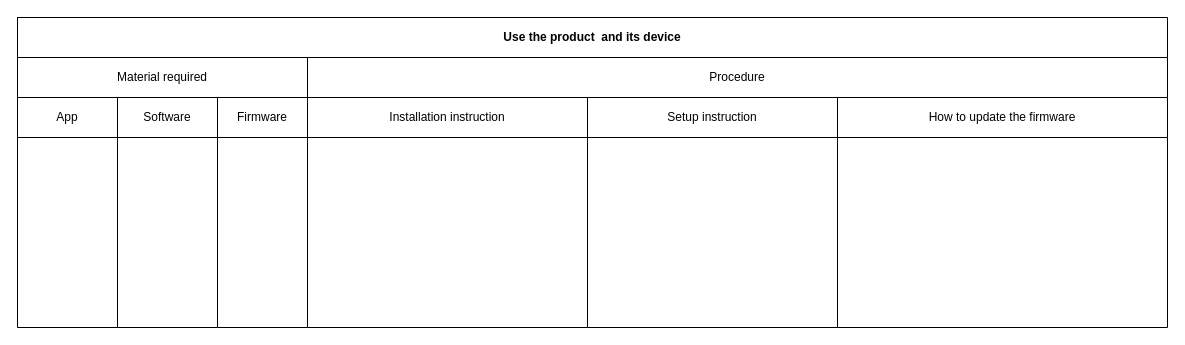
amerezoji1362/drawio-github keeps this draw.io diagram as Description of the device of the product.drawio. Above is the earlier version. Source tidied: cells renumbered, new cells numbered last; positions are measured from the earlier drawing's top-left corner, leaving out a move shared by most shapes. Both pictures are drawn from the tidied source at 100%, with x=0, y=0 at pixel (17, 17).
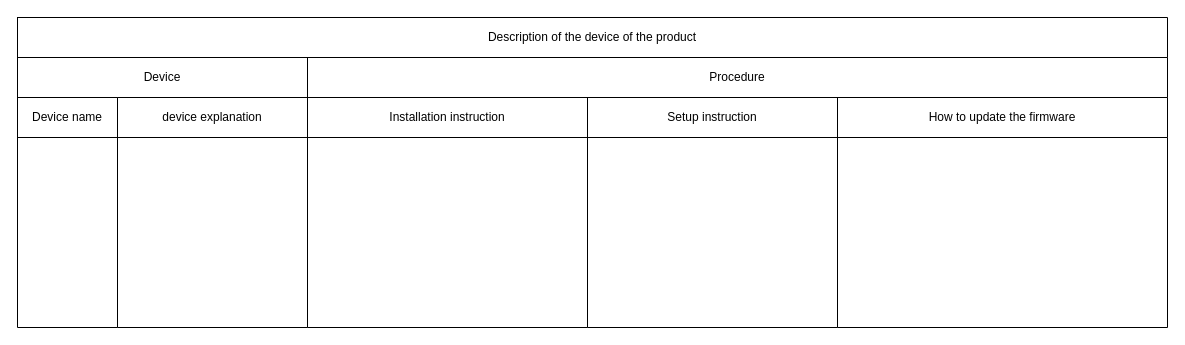
Above is the later version.

The change refers to these unchanged cells:
```xml
<mxCell id="3" style="shape=partialRectangle;fillColor=none;top=0;left=0;bottom=0;right=0;" parent="2" vertex="1">
  <mxGeometry width="1150" height="40" as="geometry" />
</mxCell>
<mxCell id="6" style="shape=partialRectangle;fillColor=none;top=0;left=0;bottom=0;right=0;" parent="5" vertex="1">
  <mxGeometry width="290" height="40" as="geometry" />
</mxCell>
<mxCell id="15" style="shape=partialRectangle;fillColor=none;top=0;left=0;bottom=0;right=0;" parent="14" vertex="1">
  <mxGeometry width="100" height="40" as="geometry" />
</mxCell>
```

Change to the diagram source:
```diff
@@
-    <mxCell id="4" value="&lt;b&gt;Use the product&amp;nbsp; and its device&lt;/b&gt;" style="shape=partialRectangle;html=1;whiteSpace=wrap;overflow=hidden;fillColor=none;top=0;left=0;bottom=0;right=0;" parent="3" vertex="1">
+    <mxCell id="4" value="Description of the device of the product" style="shape=partialRectangle;html=1;whiteSpace=wrap;overflow=hidden;fillColor=none;top=0;left=0;bottom=0;right=0;" parent="3" vertex="1">
       <mxGeometry width="1150" height="40" as="geometry" />
     </mxCell>
@@
-    <mxCell id="7" value="Material required" style="shape=partialRectangle;html=1;whiteSpace=wrap;overflow=hidden;fillColor=none;top=0;left=0;bottom=0;right=0;" parent="6" vertex="1">
+    <mxCell id="7" value="Device" style="shape=partialRectangle;html=1;whiteSpace=wrap;overflow=hidden;fillColor=none;top=0;left=0;bottom=0;right=0;" parent="6" vertex="1">
       <mxGeometry width="290" height="40" as="geometry" />
     </mxCell>
-    <mxCell id="8" style="shape=table;startSize=0;childLayout=tableLayout;" parent="1" vertex="1">
-      <mxGeometry x="200" y="80" width="90" height="40" as="geometry" />
-    </mxCell>
-    <mxCell id="9" style="shape=partialRectangle;fillColor=none;top=0;left=0;bottom=0;right=0;" parent="8" vertex="1">
-      <mxGeometry width="90" height="40" as="geometry" />
-    </mxCell>
-    <mxCell id="10" value="Firmware" style="shape=partialRectangle;html=1;whiteSpace=wrap;overflow=hidden;fillColor=none;top=0;left=0;bottom=0;right=0;" parent="9" vertex="1">
-      <mxGeometry width="90" height="40" as="geometry" />
-    </mxCell>
     <mxCell id="11" style="shape=table;startSize=0;childLayout=tableLayout;" parent="1" vertex="1">
-      <mxGeometry x="100" y="80" width="100" height="40" as="geometry" />
+      <mxGeometry x="100" y="80" width="190" height="40" as="geometry" />
     </mxCell>
     <mxCell id="12" style="shape=partialRectangle;fillColor=none;top=0;left=0;bottom=0;right=0;" parent="11" vertex="1">
-      <mxGeometry width="100" height="40" as="geometry" />
+      <mxGeometry width="190" height="40" as="geometry" />
     </mxCell>
-    <mxCell id="13" value="Software" style="shape=partialRectangle;html=1;whiteSpace=wrap;overflow=hidden;fillColor=none;top=0;left=0;bottom=0;right=0;" parent="12" vertex="1">
-      <mxGeometry width="100" height="40" as="geometry" />
+    <mxCell id="13" value="device explanation" style="shape=partialRectangle;html=1;whiteSpace=wrap;overflow=hidden;fillColor=none;top=0;left=0;bottom=0;right=0;" parent="12" vertex="1">
+      <mxGeometry width="190" height="40" as="geometry" />
     </mxCell>
@@
-    <mxCell id="16" value="App" style="shape=partialRectangle;html=1;whiteSpace=wrap;overflow=hidden;fillColor=none;top=0;left=0;bottom=0;right=0;" parent="15" vertex="1">
+    <mxCell id="16" value="Device name " style="shape=partialRectangle;html=1;whiteSpace=wrap;overflow=hidden;fillColor=none;top=0;left=0;bottom=0;right=0;" parent="15" vertex="1">
       <mxGeometry width="100" height="40" as="geometry" />
     </mxCell>
@@
     <mxCell id="32" style="shape=table;startSize=0;childLayout=tableLayout;" parent="1" vertex="1">
-      <mxGeometry x="100" y="120" width="100" height="190" as="geometry" />
+      <mxGeometry x="100" y="120" width="190" height="190" as="geometry" />
     </mxCell>
     <mxCell id="33" style="shape=partialRectangle;fillColor=none;top=0;left=0;bottom=0;right=0;" parent="32" vertex="1">
-      <mxGeometry width="100" height="190" as="geometry" />
+      <mxGeometry width="190" height="190" as="geometry" />
     </mxCell>
     <mxCell id="34" style="shape=partialRectangle;html=1;whiteSpace=wrap;overflow=hidden;fillColor=none;top=0;left=0;bottom=0;right=0;" parent="33" vertex="1">
-      <mxGeometry width="100" height="190" as="geometry" />
+      <mxGeometry width="190" height="190" as="geometry" />
     </mxCell>
-    <mxCell id="35" style="shape=table;startSize=0;childLayout=tableLayout;" parent="1" vertex="1">
-      <mxGeometry x="200" y="120" width="90" height="190" as="geometry" />
-    </mxCell>
-    <mxCell id="36" style="shape=partialRectangle;fillColor=none;top=0;left=0;bottom=0;right=0;" parent="35" vertex="1">
-      <mxGeometry width="90" height="190" as="geometry" />
-    </mxCell>
-    <mxCell id="37" style="shape=partialRectangle;html=1;whiteSpace=wrap;overflow=hidden;fillColor=none;top=0;left=0;bottom=0;right=0;" parent="36" vertex="1">
-      <mxGeometry width="90" height="190" as="geometry" />
-    </mxCell>
```
